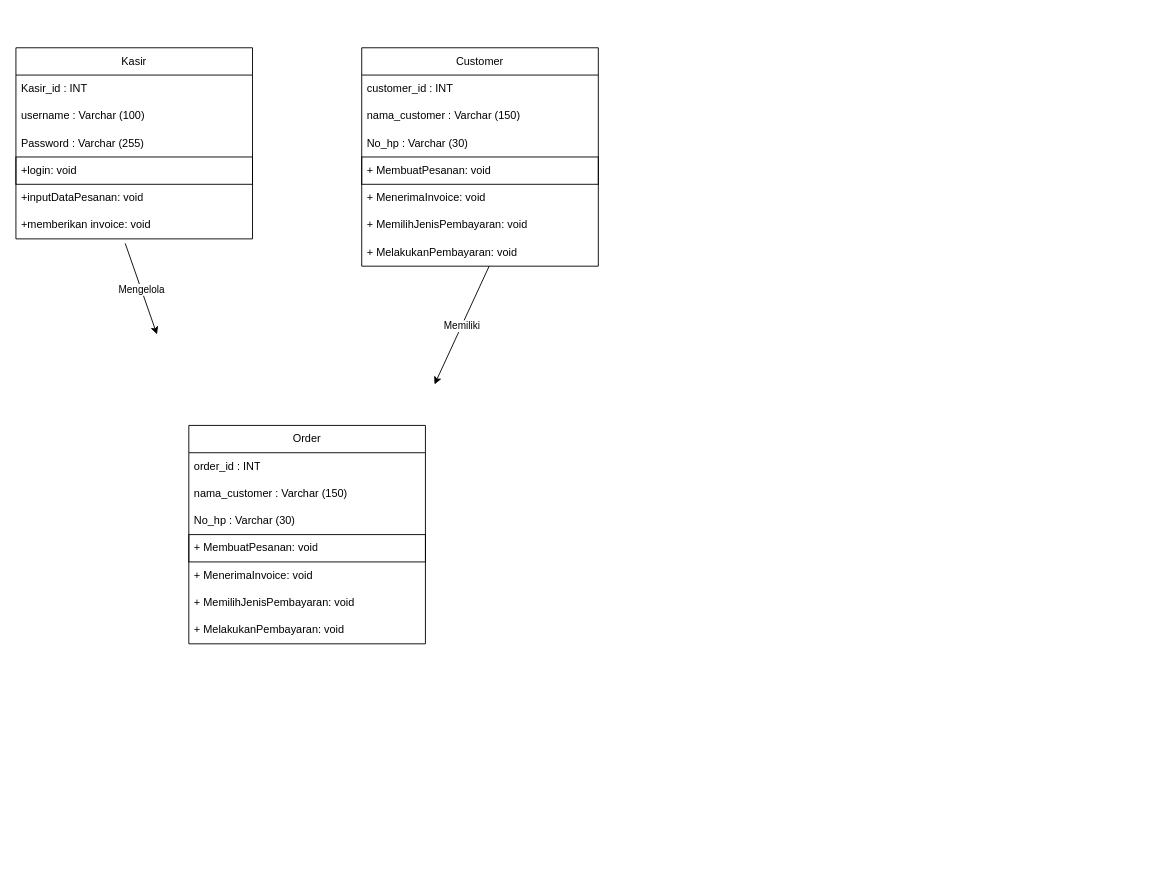
Before: page "CLASS DIAGRAM" (5 of 9) of ALL UML.drawio in K35x/si_siblings_uml, a draw.io diagram. Source tidied: cells renumbered, new cells numbered last; positions are measured from the earlier drawing's top-left corner, leaving out a move shared by most shapes. Both pictures are drawn from the tidied source at 91%, with x=0, y=0 at pixel (15, 47).
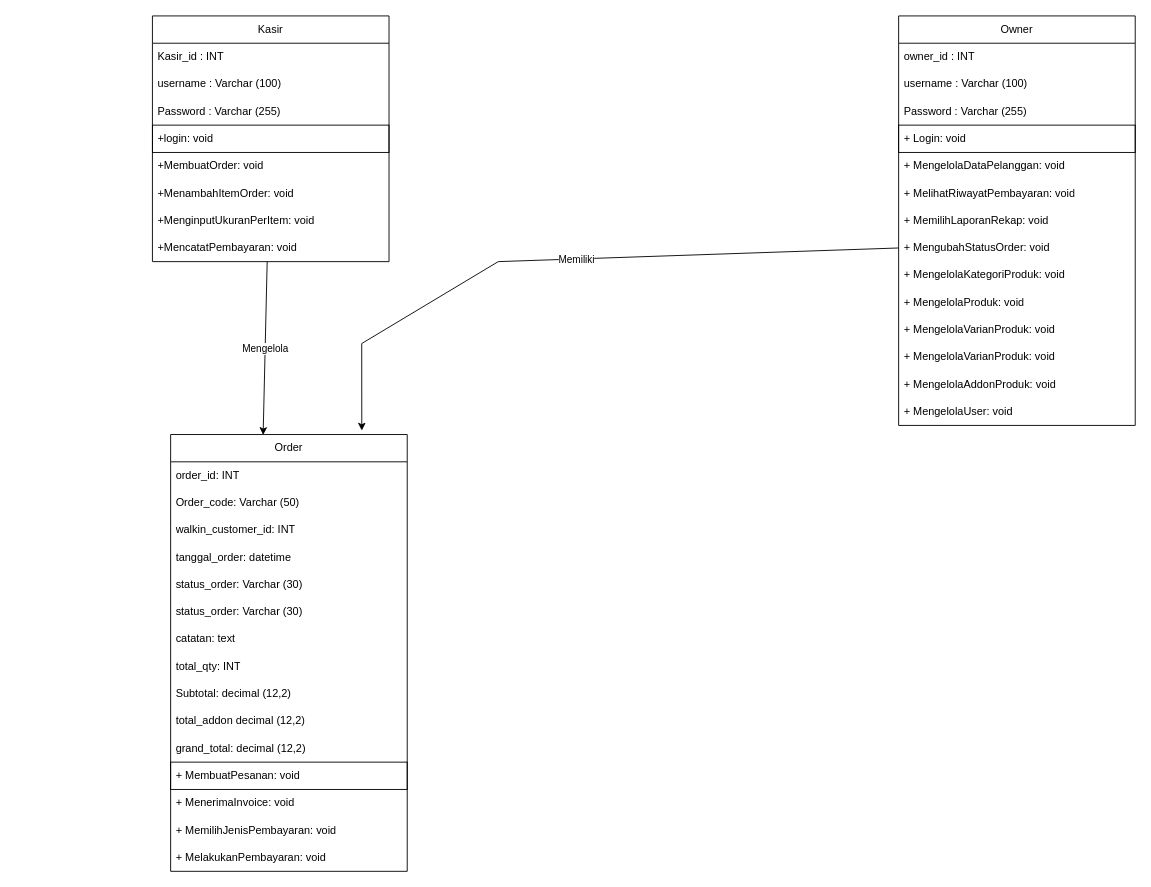
Above is the later version.

The edit, as a diff of the source:
```diff
@@
     <mxCell id="2" value="Kasir" style="swimlane;fontStyle=0;horizontal=1;startSize=30;whiteSpace=wrap;html=1;" parent="1" vertex="1">
-      <mxGeometry width="260" height="210" as="geometry" />
+      <mxGeometry x="150" y="-35" width="260" height="270" as="geometry" />
     </mxCell>
@@
-    <mxCell id="7" value="+inputDataPesanan: void" style="text;strokeColor=none;fillColor=none;align=left;verticalAlign=middle;spacingLeft=4;spacingRight=4;overflow=hidden;whiteSpace=wrap;html=1;strokeWidth=0;" parent="2" vertex="1">
+    <mxCell id="7" value="+MembuatOrder: void" style="text;strokeColor=none;fillColor=none;align=left;verticalAlign=middle;spacingLeft=4;spacingRight=4;overflow=hidden;whiteSpace=wrap;html=1;strokeWidth=0;" parent="2" vertex="1">
       <mxGeometry y="150" width="260" height="30" as="geometry" />
     </mxCell>
-    <mxCell id="8" value="+memberikan invoice: void" style="text;strokeColor=none;fillColor=none;align=left;verticalAlign=middle;spacingLeft=4;spacingRight=4;overflow=hidden;points=[[0,0.5],[1,0.5]];portConstraint=eastwest;whiteSpace=wrap;html=1;" parent="2" vertex="1">
+    <mxCell id="8" value="+MenambahItemOrder: void" style="text;strokeColor=none;fillColor=none;align=left;verticalAlign=middle;spacingLeft=4;spacingRight=4;overflow=hidden;points=[[0,0.5],[1,0.5]];portConstraint=eastwest;whiteSpace=wrap;html=1;" parent="2" vertex="1">
       <mxGeometry y="180" width="260" height="30" as="geometry" />
     </mxCell>
+    <mxCell id="29" value="+MenginputUkuranPerItem: void" style="text;strokeColor=none;fillColor=none;align=left;verticalAlign=middle;spacingLeft=4;spacingRight=4;overflow=hidden;whiteSpace=wrap;html=1;" parent="2" vertex="1">
+      <mxGeometry y="210" width="260" height="30" as="geometry" />
+    </mxCell>
+    <mxCell id="30" value="+MencatatPembayaran: void" style="text;strokeColor=none;fillColor=none;align=left;verticalAlign=middle;spacingLeft=4;spacingRight=4;overflow=hidden;points=[[0,0.5],[1,0.5]];portConstraint=eastwest;whiteSpace=wrap;html=1;" parent="2" vertex="1">
+      <mxGeometry y="240" width="260" height="30" as="geometry" />
+    </mxCell>
-    <mxCell id="9" value="Customer" style="swimlane;fontStyle=0;horizontal=1;startSize=30;whiteSpace=wrap;html=1;" parent="1" vertex="1">
-      <mxGeometry x="380" width="260" height="240" as="geometry" />
+    <mxCell id="9" value="Owner" style="swimlane;fontStyle=0;horizontal=1;startSize=30;whiteSpace=wrap;html=1;" parent="1" vertex="1">
+      <mxGeometry x="970" y="-35" width="260" height="450" as="geometry" />
     </mxCell>
-    <mxCell id="10" value="customer_id : INT" style="text;strokeColor=none;fillColor=none;align=left;verticalAlign=middle;spacingLeft=4;spacingRight=4;overflow=hidden;whiteSpace=wrap;html=1;" parent="9" vertex="1">
+    <mxCell id="10" value="owner_id : INT" style="text;strokeColor=none;fillColor=none;align=left;verticalAlign=middle;spacingLeft=4;spacingRight=4;overflow=hidden;whiteSpace=wrap;html=1;" parent="9" vertex="1">
       <mxGeometry y="30" width="260" height="30" as="geometry" />
     </mxCell>
-    <mxCell id="11" value="nama_customer : Varchar (150)" style="text;strokeColor=none;fillColor=none;align=left;verticalAlign=middle;spacingLeft=4;spacingRight=4;overflow=hidden;whiteSpace=wrap;html=1;" parent="9" vertex="1">
+    <mxCell id="11" value="username : Varchar (100)" style="text;strokeColor=none;fillColor=none;align=left;verticalAlign=middle;spacingLeft=4;spacingRight=4;overflow=hidden;whiteSpace=wrap;html=1;" parent="9" vertex="1">
       <mxGeometry y="60" width="260" height="30" as="geometry" />
     </mxCell>
-    <mxCell id="12" value="No_hp : Varchar (30)" style="text;strokeColor=none;fillColor=none;align=left;verticalAlign=middle;spacingLeft=4;spacingRight=4;overflow=hidden;whiteSpace=wrap;html=1;" parent="9" vertex="1">
+    <mxCell id="12" value="Password : Varchar (255)" style="text;strokeColor=none;fillColor=none;align=left;verticalAlign=middle;spacingLeft=4;spacingRight=4;overflow=hidden;whiteSpace=wrap;html=1;" parent="9" vertex="1">
       <mxGeometry y="90" width="260" height="30" as="geometry" />
     </mxCell>
-    <mxCell id="13" value="+ MembuatPesanan: void" style="text;strokeColor=default;fillColor=none;align=left;verticalAlign=middle;spacingLeft=4;spacingRight=4;overflow=hidden;whiteSpace=wrap;html=1;" parent="9" vertex="1">
+    <mxCell id="13" value="+ Login: void" style="text;strokeColor=default;fillColor=none;align=left;verticalAlign=middle;spacingLeft=4;spacingRight=4;overflow=hidden;whiteSpace=wrap;html=1;" parent="9" vertex="1">
       <mxGeometry y="120" width="260" height="30" as="geometry" />
     </mxCell>
-    <mxCell id="14" value="+ MenerimaInvoice: void" style="text;strokeColor=none;fillColor=none;align=left;verticalAlign=middle;spacingLeft=4;spacingRight=4;overflow=hidden;whiteSpace=wrap;html=1;" parent="9" vertex="1">
+    <mxCell id="14" value="+ MengelolaDataPelanggan: void" style="text;strokeColor=none;fillColor=none;align=left;verticalAlign=middle;spacingLeft=4;spacingRight=4;overflow=hidden;whiteSpace=wrap;html=1;" parent="9" vertex="1">
       <mxGeometry y="150" width="260" height="30" as="geometry" />
     </mxCell>
+    <mxCell id="31" value="+ MelihatRiwayatPembayaran: void" style="text;strokeColor=none;fillColor=none;align=left;verticalAlign=middle;spacingLeft=4;spacingRight=4;overflow=hidden;whiteSpace=wrap;html=1;" parent="9" vertex="1">
+      <mxGeometry y="180" width="260" height="30" as="geometry" />
+    </mxCell>
-    <mxCell id="15" value="+ MemilihJenisPembayaran: void" style="text;strokeColor=none;fillColor=none;align=left;verticalAlign=middle;spacingLeft=4;spacingRight=4;overflow=hidden;whiteSpace=wrap;html=1;" parent="9" vertex="1">
-      <mxGeometry y="180" width="260" height="30" as="geometry" />
+    <mxCell id="15" value="+ MemilihLaporanRekap: void" style="text;strokeColor=none;fillColor=none;align=left;verticalAlign=middle;spacingLeft=4;spacingRight=4;overflow=hidden;whiteSpace=wrap;html=1;" parent="9" vertex="1">
+      <mxGeometry y="210" width="260" height="30" as="geometry" />
     </mxCell>
-    <mxCell id="16" value="+ MelakukanPembayaran: void" style="text;strokeColor=none;fillColor=none;align=left;verticalAlign=middle;spacingLeft=4;spacingRight=4;overflow=hidden;points=[[0,0.5],[1,0.5]];portConstraint=eastwest;whiteSpace=wrap;html=1;" parent="9" vertex="1">
-      <mxGeometry y="210" width="260" height="30" as="geometry" />
+    <mxCell id="16" value="+ MengubahStatusOrder: void" style="text;strokeColor=none;fillColor=none;align=left;verticalAlign=middle;spacingLeft=4;spacingRight=4;overflow=hidden;points=[[0,0.5],[1,0.5]];portConstraint=eastwest;whiteSpace=wrap;html=1;" parent="9" vertex="1">
+      <mxGeometry y="240" width="260" height="30" as="geometry" />
     </mxCell>
+    <mxCell id="32" value="+ MengelolaKategoriProduk: void" style="text;strokeColor=none;fillColor=none;align=left;verticalAlign=middle;spacingLeft=4;spacingRight=4;overflow=hidden;whiteSpace=wrap;html=1;" parent="9" vertex="1">
+      <mxGeometry y="270" width="260" height="30" as="geometry" />
+    </mxCell>
+    <mxCell id="33" value="+ MengelolaProduk: void" style="text;strokeColor=none;fillColor=none;align=left;verticalAlign=middle;spacingLeft=4;spacingRight=4;overflow=hidden;whiteSpace=wrap;html=1;" parent="9" vertex="1">
+      <mxGeometry y="300" width="260" height="30" as="geometry" />
+    </mxCell>
+    <mxCell id="34" value="+ MengelolaVarianProduk: void" style="text;strokeColor=none;fillColor=none;align=left;verticalAlign=middle;spacingLeft=4;spacingRight=4;overflow=hidden;whiteSpace=wrap;html=1;" parent="9" vertex="1">
+      <mxGeometry y="330" width="260" height="30" as="geometry" />
+    </mxCell>
+    <mxCell id="35" value="+ MengelolaVarianProduk: void" style="text;strokeColor=none;fillColor=none;align=left;verticalAlign=middle;spacingLeft=4;spacingRight=4;overflow=hidden;whiteSpace=wrap;html=1;" parent="9" vertex="1">
+      <mxGeometry y="360" width="260" height="30" as="geometry" />
+    </mxCell>
+    <mxCell id="36" value="+ MengelolaAddonProduk: void" style="text;strokeColor=none;fillColor=none;align=left;verticalAlign=middle;spacingLeft=4;spacingRight=4;overflow=hidden;whiteSpace=wrap;html=1;" parent="9" vertex="1">
+      <mxGeometry y="390" width="260" height="30" as="geometry" />
+    </mxCell>
+    <mxCell id="37" value="+ MengelolaUser: void" style="text;strokeColor=none;fillColor=none;align=left;verticalAlign=middle;spacingLeft=4;spacingRight=4;overflow=hidden;whiteSpace=wrap;html=1;" parent="9" vertex="1">
+      <mxGeometry y="420" width="260" height="30" as="geometry" />
+    </mxCell>
-    <mxCell id="17" style="endArrow=classic;html=1;rounded=0;exitX=0.462;exitY=1.167;exitDx=0;exitDy=0;exitPerimeter=0;" parent="1" edge="1" source="8">
-      <mxGeometry relative="1" as="geometry">
-        <mxPoint x="155" y="315" as="targetPoint" />
-      </mxGeometry>
+    <mxCell id="17" style="endArrow=classic;html=1;rounded=0;exitX=0.485;exitY=1.001;exitDx=0;exitDy=0;exitPerimeter=0;entryX=0.391;entryY=0.001;entryDx=0;entryDy=0;entryPerimeter=0;" parent="1" edge="1" source="30" target="21">
+      <mxGeometry relative="1" as="geometry" />
     </mxCell>
@@
-    <mxCell id="19" style="endArrow=classic;html=1;rounded=0;exitX=0.421;exitY=1.08;exitDx=0;exitDy=0;exitPerimeter=0;" parent="1" edge="1">
+    <mxCell id="19" style="endArrow=classic;html=1;rounded=0;entryX=0.808;entryY=-0.009;entryDx=0;entryDy=0;entryPerimeter=0;exitX=0;exitY=0.5;exitDx=0;exitDy=0;" parent="1" edge="1" source="16" target="21">
       <mxGeometry relative="1" as="geometry">
-        <mxPoint x="520" y="240" as="sourcePoint" />
-        <mxPoint x="460" y="370" as="targetPoint" />
+        <Array as="points">
+          <mxPoint x="530" y="235" />
+          <mxPoint x="380" y="325" />
+        </Array>
       </mxGeometry>
     </mxCell>
@@
     <mxCell id="21" value="Order" style="swimlane;fontStyle=0;horizontal=1;startSize=30;whiteSpace=wrap;html=1;" parent="1" vertex="1">
-      <mxGeometry x="190" y="415" width="260" height="240" as="geometry" />
+      <mxGeometry x="170" y="425" width="260" height="480" as="geometry" />
     </mxCell>
-    <mxCell id="22" value="order_id : INT" style="text;strokeColor=none;fillColor=none;align=left;verticalAlign=middle;spacingLeft=4;spacingRight=4;overflow=hidden;whiteSpace=wrap;html=1;" parent="21" vertex="1">
+    <mxCell id="22" value="order_id: INT" style="text;strokeColor=none;fillColor=none;align=left;verticalAlign=middle;spacingLeft=4;spacingRight=4;overflow=hidden;whiteSpace=wrap;html=1;" parent="21" vertex="1">
       <mxGeometry y="30" width="260" height="30" as="geometry" />
     </mxCell>
-    <mxCell id="23" value="nama_customer : Varchar (150)" style="text;strokeColor=none;fillColor=none;align=left;verticalAlign=middle;spacingLeft=4;spacingRight=4;overflow=hidden;whiteSpace=wrap;html=1;" parent="21" vertex="1">
+    <mxCell id="23" value="Order_code: Varchar (50)" style="text;strokeColor=none;fillColor=none;align=left;verticalAlign=middle;spacingLeft=4;spacingRight=4;overflow=hidden;whiteSpace=wrap;html=1;" parent="21" vertex="1">
       <mxGeometry y="60" width="260" height="30" as="geometry" />
     </mxCell>
-    <mxCell id="24" value="No_hp : Varchar (30)" style="text;strokeColor=none;fillColor=none;align=left;verticalAlign=middle;spacingLeft=4;spacingRight=4;overflow=hidden;whiteSpace=wrap;html=1;" parent="21" vertex="1">
+    <mxCell id="24" value="walkin_customer_id: INT" style="text;strokeColor=none;fillColor=none;align=left;verticalAlign=middle;spacingLeft=4;spacingRight=4;overflow=hidden;whiteSpace=wrap;html=1;" parent="21" vertex="1">
       <mxGeometry y="90" width="260" height="30" as="geometry" />
     </mxCell>
+    <mxCell id="38" value="tanggal_order: datetime" style="text;strokeColor=none;fillColor=none;align=left;verticalAlign=middle;spacingLeft=4;spacingRight=4;overflow=hidden;whiteSpace=wrap;html=1;" parent="21" vertex="1">
+      <mxGeometry y="120" width="260" height="30" as="geometry" />
+    </mxCell>
+    <mxCell id="39" value="status_order: Varchar (30)" style="text;strokeColor=none;fillColor=none;align=left;verticalAlign=middle;spacingLeft=4;spacingRight=4;overflow=hidden;whiteSpace=wrap;html=1;" parent="21" vertex="1">
+      <mxGeometry y="150" width="260" height="30" as="geometry" />
+    </mxCell>
+    <mxCell id="40" value="status_order: Varchar (30)" style="text;strokeColor=none;fillColor=none;align=left;verticalAlign=middle;spacingLeft=4;spacingRight=4;overflow=hidden;whiteSpace=wrap;html=1;" parent="21" vertex="1">
+      <mxGeometry y="180" width="260" height="30" as="geometry" />
+    </mxCell>
+    <mxCell id="41" value="catatan: text" style="text;strokeColor=none;fillColor=none;align=left;verticalAlign=middle;spacingLeft=4;spacingRight=4;overflow=hidden;whiteSpace=wrap;html=1;" parent="21" vertex="1">
+      <mxGeometry y="210" width="260" height="30" as="geometry" />
+    </mxCell>
+    <mxCell id="42" value="total_qty: INT" style="text;strokeColor=none;fillColor=none;align=left;verticalAlign=middle;spacingLeft=4;spacingRight=4;overflow=hidden;whiteSpace=wrap;html=1;" parent="21" vertex="1">
+      <mxGeometry y="240" width="260" height="30" as="geometry" />
+    </mxCell>
+    <mxCell id="43" value="Subtotal: decimal (12,2)" style="text;strokeColor=none;fillColor=none;align=left;verticalAlign=middle;spacingLeft=4;spacingRight=4;overflow=hidden;whiteSpace=wrap;html=1;" parent="21" vertex="1">
+      <mxGeometry y="270" width="260" height="30" as="geometry" />
+    </mxCell>
+    <mxCell id="44" value="total_addon decimal (12,2)" style="text;strokeColor=none;fillColor=none;align=left;verticalAlign=middle;spacingLeft=4;spacingRight=4;overflow=hidden;whiteSpace=wrap;html=1;" parent="21" vertex="1">
+      <mxGeometry y="300" width="260" height="30" as="geometry" />
+    </mxCell>
+    <mxCell id="45" value="grand_total: decimal (12,2)" style="text;strokeColor=none;fillColor=none;align=left;verticalAlign=middle;spacingLeft=4;spacingRight=4;overflow=hidden;whiteSpace=wrap;html=1;" parent="21" vertex="1">
+      <mxGeometry y="330" width="260" height="30" as="geometry" />
+    </mxCell>
     <mxCell id="25" value="+ MembuatPesanan: void" style="text;strokeColor=default;fillColor=none;align=left;verticalAlign=middle;spacingLeft=4;spacingRight=4;overflow=hidden;whiteSpace=wrap;html=1;" parent="21" vertex="1">
-      <mxGeometry y="120" width="260" height="30" as="geometry" />
+      <mxGeometry y="360" width="260" height="30" as="geometry" />
     </mxCell>
     <mxCell id="26" value="+ MenerimaInvoice: void" style="text;strokeColor=none;fillColor=none;align=left;verticalAlign=middle;spacingLeft=4;spacingRight=4;overflow=hidden;whiteSpace=wrap;html=1;" parent="21" vertex="1">
-      <mxGeometry y="150" width="260" height="30" as="geometry" />
+      <mxGeometry y="390" width="260" height="30" as="geometry" />
     </mxCell>
     <mxCell id="27" value="+ MemilihJenisPembayaran: void" style="text;strokeColor=none;fillColor=none;align=left;verticalAlign=middle;spacingLeft=4;spacingRight=4;overflow=hidden;whiteSpace=wrap;html=1;" parent="21" vertex="1">
-      <mxGeometry y="180" width="260" height="30" as="geometry" />
+      <mxGeometry y="420" width="260" height="30" as="geometry" />
     </mxCell>
     <mxCell id="28" value="+ MelakukanPembayaran: void" style="text;strokeColor=none;fillColor=none;align=left;verticalAlign=middle;spacingLeft=4;spacingRight=4;overflow=hidden;whiteSpace=wrap;html=1;" parent="21" vertex="1">
-      <mxGeometry y="210" width="260" height="30" as="geometry" />
+      <mxGeometry y="450" width="260" height="30" as="geometry" />
     </mxCell>
```
